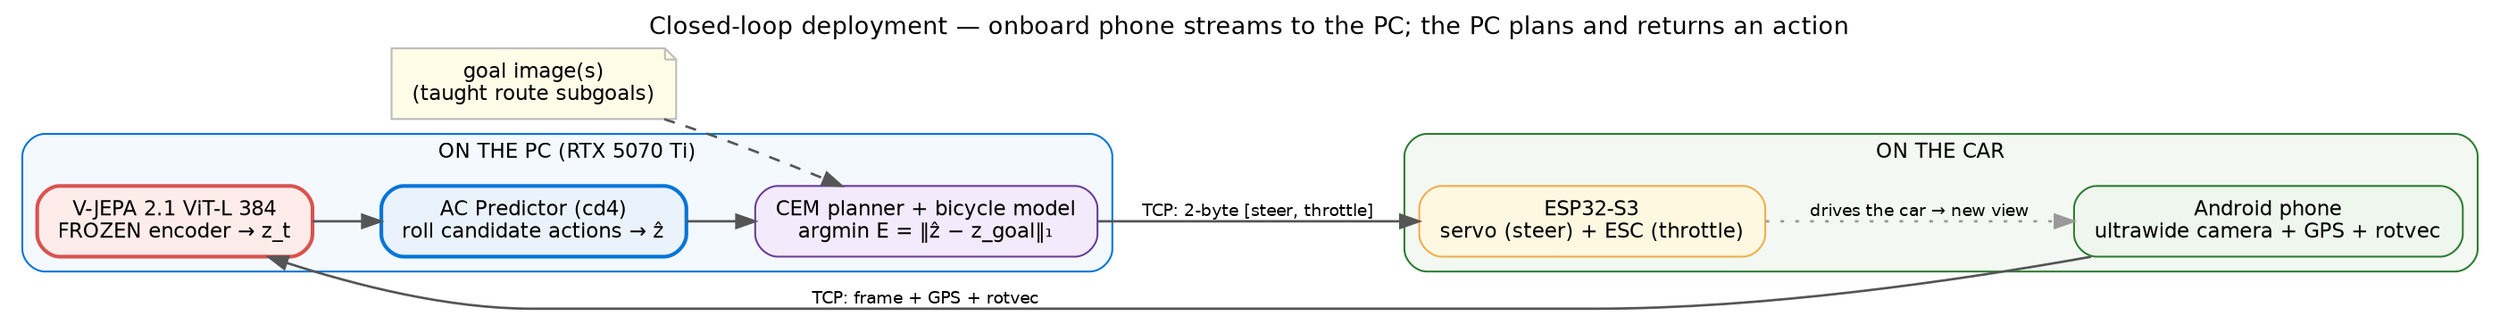
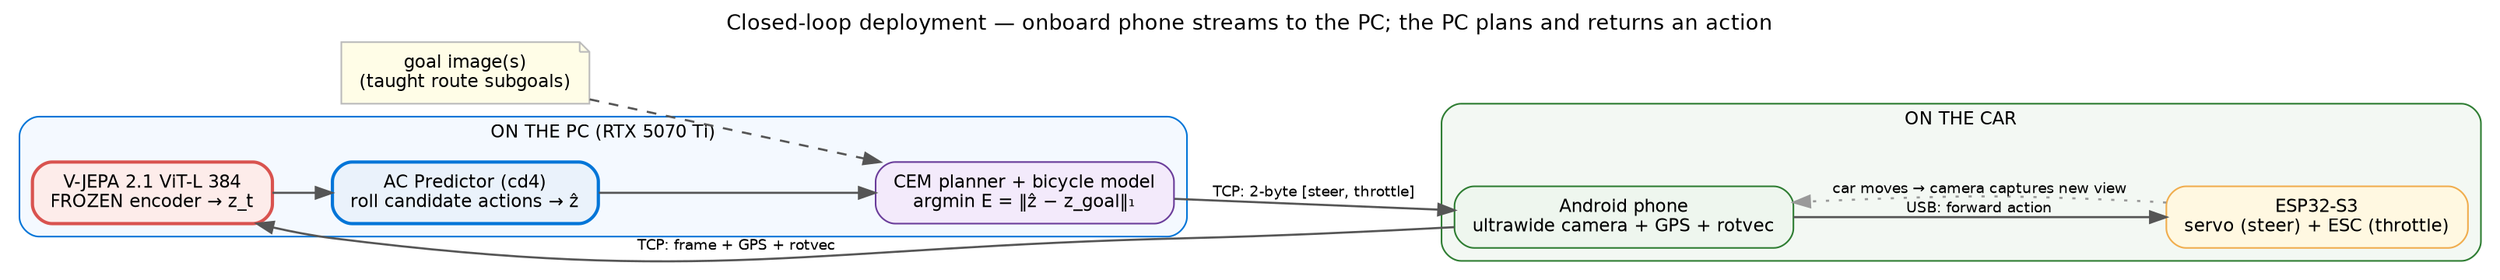
// N7 — closed-loop deployment block diagram
// render: dot -Tpng deploy_loop.dot -o ../fig_deploy_loop.png
digraph deploy_loop {
  rankdir=LR; bgcolor="white"; fontname="DejaVu Sans"; labelloc="t"; fontsize=13;
  label="Closed-loop deployment — onboard phone streams to the PC; the PC plans and returns an action";
  node [shape=box, style="rounded,filled", fontname="DejaVu Sans", fontsize=11,
        fillcolor="#ffffff", color="#999999", margin="0.15,0.10"];
  edge [color="#555555", penwidth=1.3, fontname="DejaVu Sans", fontsize=9];

  subgraph cluster_car {
    label="ON THE CAR"; style="rounded,filled"; fillcolor="#f3f8f3"; color="#2e7d32"; fontsize=11;
    PHONE [label="Android phone\nultrawide camera + GPS + rotvec", fillcolor="#eef6ee", color="#2e7d32"];
    ESP   [label="ESP32-S3\nservo (steer) + ESC (throttle)", fillcolor="#fff8e1", color="#f0ad4e"];
  }

  subgraph cluster_pc {
    label="ON THE PC (RTX 5070 Ti)"; style="rounded,filled"; fillcolor="#f4f9ff"; color="#0275d8"; fontsize=11;
    ENC  [label="V-JEPA 2.1 ViT-L 384\nFROZEN encoder → z_t", fillcolor="#fdecea", color="#d9534f", penwidth=2.0];
    AC   [label="AC Predictor (cd4)\nroll candidate actions → ẑ", fillcolor="#eaf2fb", color="#0275d8", penwidth=2.0];
    CEM  [label="CEM planner + bicycle model\nargmin E = ‖ẑ − z_goal‖₁", fillcolor="#f3eafb", color="#6a3d9a"];
  }

  GOAL [label="goal image(s)\n(taught route subgoals)", shape=note, fillcolor="#fffde7", color="#bbbbbb"];

  PHONE -> ENC [label="  TCP: frame + GPS + rotvec  "];
  ENC -> AC -> CEM;
  GOAL -> CEM [style=dashed];
-   CEM -> ESP [label="  TCP: 2-byte [steer, throttle]  "];
-   ESP -> PHONE [style=dotted, color="#999999", label="  drives the car → new view  "];
+   CEM -> PHONE [label="  TCP: 2-byte [steer, throttle]  "];
+   PHONE -> ESP [label="  USB: forward action  "];
+   ESP -> PHONE [style=dotted, color="#999999", label="  car moves → camera captures new view  ", constraint=false];
}
